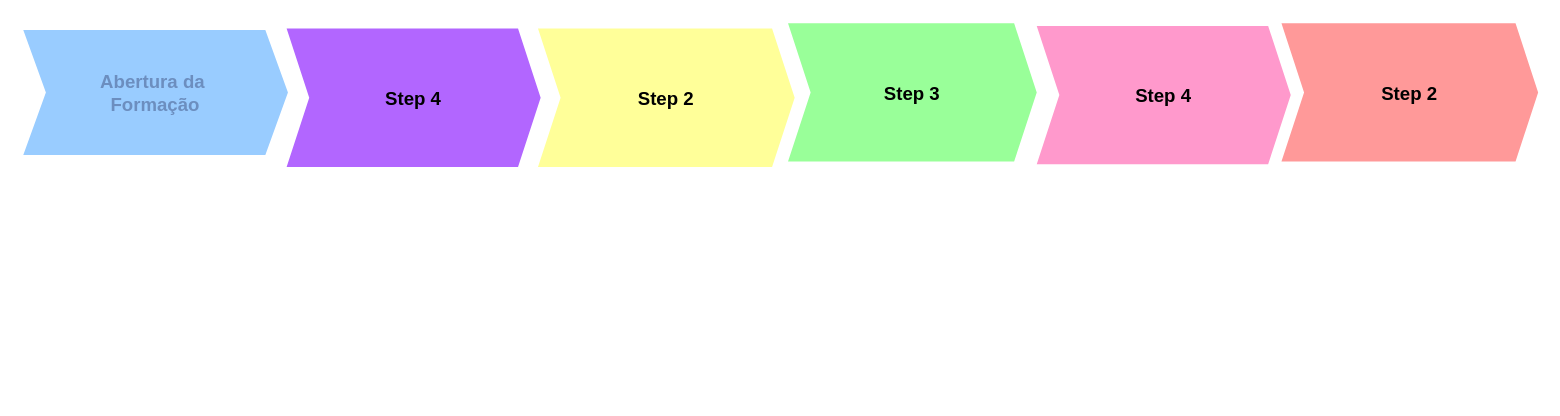
Before: arquitetura Pedagogicae.drawio in RosianeSangali/RosianeSangali, a draw.io diagram. Source tidied: cells renumbered, new cells numbered last; positions are measured from the earlier drawing's top-left corner, leaving out a move shared by most shapes. Both pictures are drawn from the tidied source at 133%, with x=0, y=0 at pixel (23, 23).
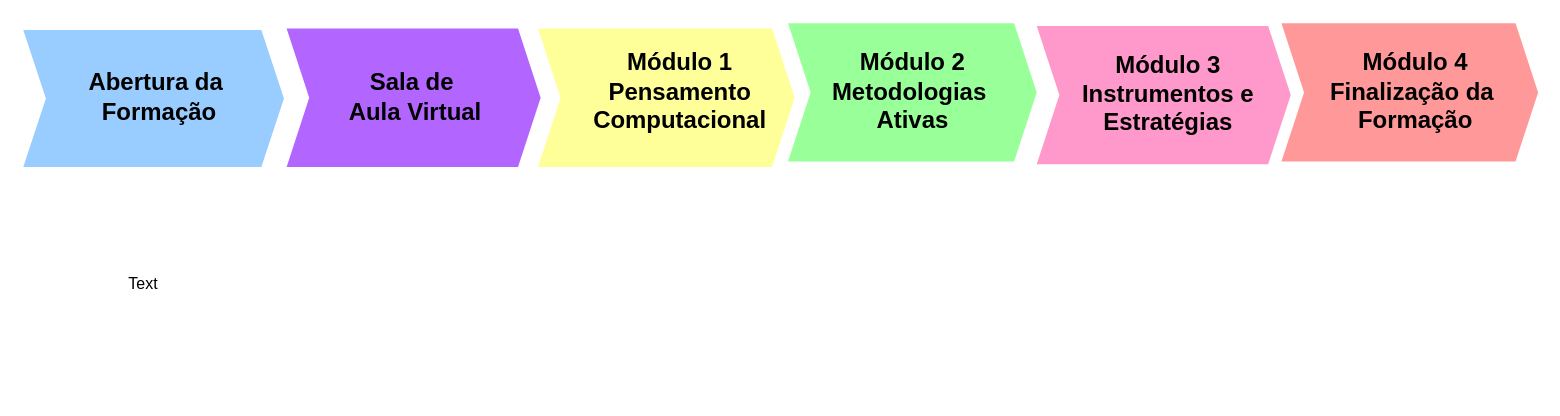
The same diagram, later.

Diff of the diagram source:
```diff
@@
 <mxGraphModel>
   <root>
     <mxCell id="0" />
     <mxCell id="1" parent="0" />
-    <mxCell id="2" value="Abertura da &#10;Formação" style="shape=step;perimeter=stepPerimeter;strokeColor=none;fontFamily=Helvetica;fontSize=14;fontColor=#6C8EBF;fillColor=#99CCFF;fixedSize=1;size=17;fontStyle=1;strokeWidth=2;spacingTop=0;" parent="1" vertex="1">
-      <mxGeometry y="5" width="199" height="94" as="geometry" />
+    <mxCell id="2" style="shape=step;perimeter=stepPerimeter;strokeColor=none;fontFamily=Helvetica;fontSize=14;fontColor=#6C8EBF;fillColor=#99CCFF;fixedSize=1;size=17;fontStyle=1;strokeWidth=2;spacingTop=0;" parent="1" vertex="1">
+      <mxGeometry y="5" width="196" height="103" as="geometry" />
     </mxCell>
-    <mxCell id="3" value="Step 2" style="shape=step;perimeter=stepPerimeter;strokeColor=none;fontFamily=Helvetica;fontSize=14;fillColor=#FFFF99;fixedSize=1;size=17;fontStyle=1;strokeWidth=2;spacingTop=0;" parent="1" vertex="1">
+    <mxCell id="3" style="shape=step;perimeter=stepPerimeter;strokeColor=none;fontFamily=Helvetica;fontSize=14;fillColor=#FFFF99;fixedSize=1;size=17;fontStyle=1;strokeWidth=2;spacingTop=0;" parent="1" vertex="1">
       <mxGeometry x="387" y="4" width="193" height="104" as="geometry" />
     </mxCell>
-    <mxCell id="4" value="Step 4" style="shape=step;perimeter=stepPerimeter;strokeColor=none;fontFamily=Helvetica;fontSize=14;fillColor=#B266FF;fixedSize=1;size=17;fontStyle=1;strokeWidth=2;spacingTop=0;" parent="1" vertex="1">
+    <mxCell id="4" style="shape=step;perimeter=stepPerimeter;strokeColor=none;fontFamily=Helvetica;fontSize=14;fillColor=#B266FF;fixedSize=1;size=17;fontStyle=1;strokeWidth=2;spacingTop=0;" parent="1" vertex="1">
       <mxGeometry x="198" y="4" width="191" height="104" as="geometry" />
     </mxCell>
-    <mxCell id="5" value="Step 2" style="shape=step;perimeter=stepPerimeter;strokeColor=none;fontFamily=Helvetica;fontSize=14;fillColor=#FF9999;fixedSize=1;size=17;fontStyle=1;strokeWidth=2;spacingTop=0;" parent="1" vertex="1">
+    <mxCell id="5" style="shape=step;perimeter=stepPerimeter;strokeColor=none;fontFamily=Helvetica;fontSize=14;fillColor=#FF9999;fixedSize=1;size=17;fontStyle=1;strokeWidth=2;spacingTop=0;" parent="1" vertex="1">
       <mxGeometry x="946" width="193" height="104" as="geometry" />
     </mxCell>
-    <mxCell id="6" value="Step 3" style="shape=step;perimeter=stepPerimeter;strokeColor=none;fontFamily=Helvetica;fontSize=14;fillColor=#99FF99;fixedSize=1;size=17;fontStyle=1;strokeWidth=2;spacingTop=0;" parent="1" vertex="1">
+    <mxCell id="6" style="shape=step;perimeter=stepPerimeter;strokeColor=none;fontFamily=Helvetica;fontSize=14;fillColor=#99FF99;fixedSize=1;size=17;fontStyle=1;strokeWidth=2;spacingTop=0;" parent="1" vertex="1">
       <mxGeometry x="575" width="187" height="104" as="geometry" />
     </mxCell>
-    <mxCell id="7" value="Step 4" style="shape=step;perimeter=stepPerimeter;strokeColor=none;fontFamily=Helvetica;fontSize=14;fillColor=#FF99CC;fixedSize=1;size=17;fontStyle=1;strokeWidth=2;spacingTop=0;" parent="1" vertex="1">
+    <mxCell id="7" style="shape=step;perimeter=stepPerimeter;strokeColor=none;fontFamily=Helvetica;fontSize=14;fillColor=#FF99CC;fixedSize=1;size=17;fontStyle=1;strokeWidth=2;spacingTop=0;" parent="1" vertex="1">
       <mxGeometry x="762" y="2" width="191" height="104" as="geometry" />
     </mxCell>
+    <mxCell id="8" value="&lt;font style=&quot;font-size: 18px;&quot;&gt;&lt;b&gt;Abertura da&lt;/b&gt;&lt;/font&gt;&lt;div&gt;&lt;font style=&quot;font-size: 18px;&quot;&gt;&lt;b&gt;&amp;nbsp;Formação&lt;/b&gt;&lt;/font&gt;&lt;/div&gt;" style="text;html=1;align=center;verticalAlign=middle;whiteSpace=wrap;rounded=0;" parent="1" vertex="1">
+      <mxGeometry x="7.5" y="41" width="184" height="30" as="geometry" />
+    </mxCell>
+    <mxCell id="9" value="&lt;span style=&quot;font-size: 18px;&quot;&gt;&lt;b&gt;Módulo 1&lt;/b&gt;&lt;/span&gt;&lt;div&gt;&lt;span style=&quot;font-size: 18px;&quot;&gt;&lt;b&gt;Pensamento Computacional&lt;/b&gt;&lt;/span&gt;&lt;/div&gt;" style="text;html=1;align=center;verticalAlign=middle;whiteSpace=wrap;rounded=0;" parent="1" vertex="1">
+      <mxGeometry x="402" y="37" width="184" height="30" as="geometry" />
+    </mxCell>
+    <mxCell id="10" value="&lt;span style=&quot;font-size: 18px;&quot;&gt;&lt;b&gt;Módulo 2&lt;/b&gt;&lt;/span&gt;&lt;div&gt;&lt;span style=&quot;font-size: 18px;&quot;&gt;&lt;b&gt;Metodologias&amp;nbsp;&lt;/b&gt;&lt;/span&gt;&lt;/div&gt;&lt;div&gt;&lt;span style=&quot;font-size: 18px;&quot;&gt;&lt;b&gt;Ativas&lt;/b&gt;&lt;/span&gt;&lt;/div&gt;" style="text;html=1;align=center;verticalAlign=middle;whiteSpace=wrap;rounded=0;" parent="1" vertex="1">
+      <mxGeometry x="576.5" y="37" width="184" height="30" as="geometry" />
+    </mxCell>
+    <mxCell id="11" value="&lt;span style=&quot;font-size: 18px;&quot;&gt;&lt;b&gt;Módulo 3&lt;/b&gt;&lt;/span&gt;&lt;div&gt;&lt;span style=&quot;font-size: 18px;&quot;&gt;&lt;b&gt;Instrumentos e Estratégias&lt;/b&gt;&lt;/span&gt;&lt;/div&gt;" style="text;html=1;align=center;verticalAlign=middle;whiteSpace=wrap;rounded=0;" parent="1" vertex="1">
+      <mxGeometry x="769" y="39" width="184" height="30" as="geometry" />
+    </mxCell>
+    <mxCell id="12" value="&lt;span style=&quot;font-size: 18px;&quot;&gt;&lt;b&gt;Módulo 4&lt;/b&gt;&lt;/span&gt;&lt;div&gt;&lt;span style=&quot;font-size: 18px;&quot;&gt;&lt;b&gt;Finalização da&amp;nbsp;&lt;/b&gt;&lt;/span&gt;&lt;/div&gt;&lt;div&gt;&lt;span style=&quot;font-size: 18px;&quot;&gt;&lt;b&gt;Formação&lt;/b&gt;&lt;/span&gt;&lt;/div&gt;" style="text;html=1;align=center;verticalAlign=middle;whiteSpace=wrap;rounded=0;" parent="1" vertex="1">
+      <mxGeometry x="955" y="37" width="184" height="30" as="geometry" />
+    </mxCell>
+    <mxCell id="13" value="&lt;span style=&quot;font-size: 18px;&quot;&gt;&lt;b&gt;Sala de&amp;nbsp;&lt;/b&gt;&lt;/span&gt;&lt;div&gt;&lt;span style=&quot;font-size: 18px;&quot;&gt;&lt;b&gt;Aula Virtual&lt;/b&gt;&lt;/span&gt;&lt;/div&gt;" style="text;html=1;align=center;verticalAlign=middle;whiteSpace=wrap;rounded=0;" parent="1" vertex="1">
+      <mxGeometry x="203" y="41" width="184" height="30" as="geometry" />
+    </mxCell>
+    <mxCell id="14" value="Text" style="text;html=1;align=center;verticalAlign=middle;whiteSpace=wrap;rounded=0;" parent="1" vertex="1">
+      <mxGeometry y="112" width="181" height="167" as="geometry" />
+    </mxCell>
   </root>
 </mxGraphModel>
```
